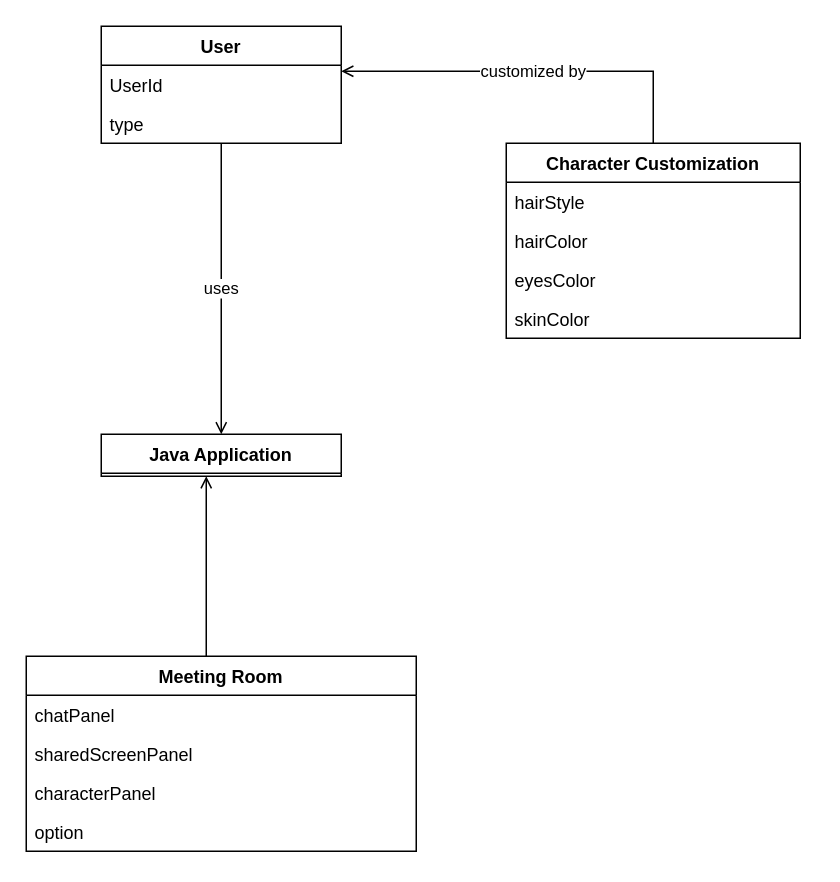
ONFFLine/Diagram keeps this draw.io diagram as Domain1.drawio. Above is the earlier version. Source tidied: cells renumbered, new cells numbered last; positions are measured from the earlier drawing's top-left corner, leaving out a move shared by most shapes. Both pictures are drawn from the tidied source at 150%, with x=0, y=0 at pixel (26, 26).
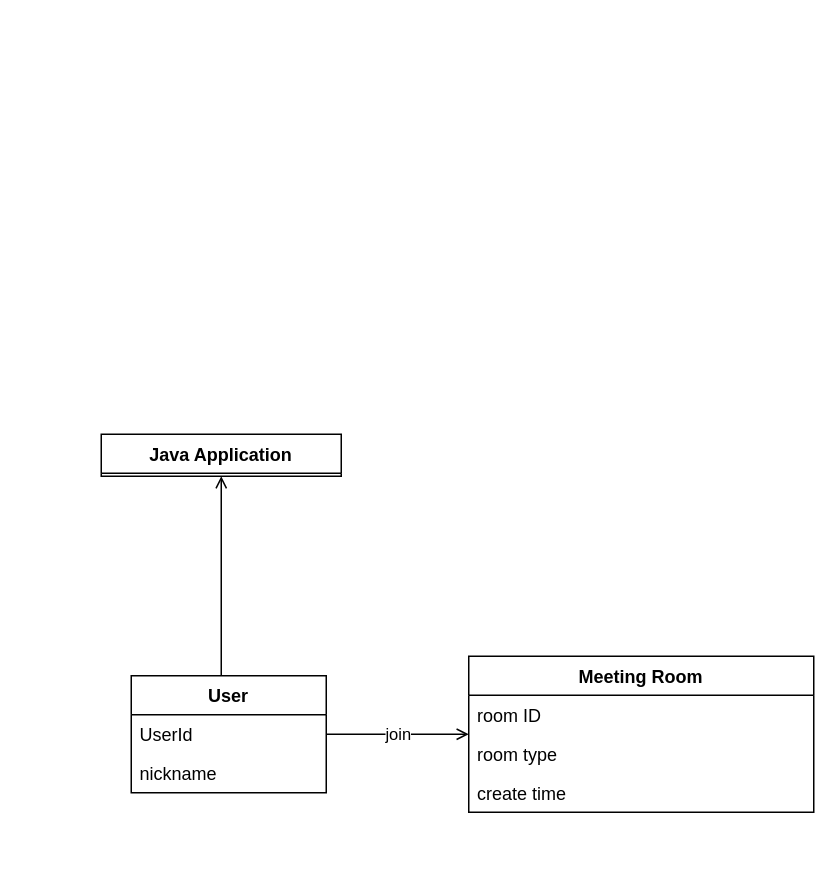
After the change.

Unchanged cells that the change refers to:
```xml
<mxCell id="14" value="Java Application" style="swimlane;fontStyle=1;align=center;verticalAlign=top;horizontal=1;startSize=26;" parent="1" vertex="1">
  <mxGeometry x="50" y="272" width="160" height="28" as="geometry" />
</mxCell>
```

The edit, as a diff of the source:
```diff
@@
-    <mxCell id="2" value="customized by" style="edgeStyle=orthogonalEdgeStyle;rounded=0;jettySize=auto;html=1;endArrow=open;endFill=0;" parent="1" edge="1" source="3" target="16">
-      <mxGeometry relative="1" as="geometry">
-        <Array as="points">
-          <mxPoint x="418" y="30" />
-        </Array>
-      </mxGeometry>
-    </mxCell>
-    <mxCell id="3" value="Character Customization" style="swimlane;fontStyle=1;align=center;verticalAlign=top;horizontal=1;startSize=26;" parent="1" vertex="1">
-      <mxGeometry x="320" y="78" width="196" height="130" as="geometry" />
-    </mxCell>
-    <mxCell id="4" value="hairStyle" style="text;strokeColor=none;fillColor=none;align=left;verticalAlign=top;spacingLeft=4;spacingRight=4;overflow=hidden;" parent="3" vertex="1">
-      <mxGeometry y="26" width="196" height="26" as="geometry" />
-    </mxCell>
-    <mxCell id="5" value="hairColor" style="text;strokeColor=none;fillColor=none;align=left;verticalAlign=top;spacingLeft=4;spacingRight=4;overflow=hidden;" parent="3" vertex="1">
-      <mxGeometry y="52" width="196" height="26" as="geometry" />
-    </mxCell>
-    <mxCell id="6" value="eyesColor" style="text;strokeColor=none;fillColor=none;align=left;verticalAlign=top;spacingLeft=4;spacingRight=4;overflow=hidden;" parent="3" vertex="1">
-      <mxGeometry y="78" width="196" height="26" as="geometry" />
-    </mxCell>
-    <mxCell id="7" value="skinColor" style="text;strokeColor=none;fillColor=none;align=left;verticalAlign=top;spacingLeft=4;spacingRight=4;overflow=hidden;" parent="3" vertex="1">
-      <mxGeometry y="104" width="196" height="26" as="geometry" />
-    </mxCell>
-    <mxCell id="8" style="edgeStyle=orthogonalEdgeStyle;rounded=0;jettySize=auto;html=1;endArrow=open;endFill=0;" parent="1" edge="1" source="9" target="14">
+    <mxCell id="8" style="edgeStyle=orthogonalEdgeStyle;rounded=0;jettySize=auto;html=1;endArrow=open;endFill=0;" parent="1" edge="1" source="16" target="14">
       <mxGeometry relative="1" as="geometry">
         <Array as="points">
-          <mxPoint x="120" y="360" />
-          <mxPoint x="120" y="360" />
+          <mxPoint x="130" y="400" />
+          <mxPoint x="130" y="400" />
         </Array>
       </mxGeometry>
     </mxCell>
     <mxCell id="9" value="Meeting Room" style="swimlane;fontStyle=1;align=center;verticalAlign=top;horizontal=1;startSize=26;" parent="1" vertex="1">
-      <mxGeometry y="420" width="260" height="130" as="geometry" />
+      <mxGeometry x="295" y="420" width="230" height="104" as="geometry" />
     </mxCell>
-    <mxCell id="10" value="chatPanel" style="text;strokeColor=none;fillColor=none;align=left;verticalAlign=top;spacingLeft=4;spacingRight=4;overflow=hidden;" parent="9" vertex="1">
-      <mxGeometry y="26" width="260" height="26" as="geometry" />
+    <mxCell id="10" value="room ID" style="text;strokeColor=none;fillColor=none;align=left;verticalAlign=top;spacingLeft=4;spacingRight=4;overflow=hidden;" parent="9" vertex="1">
+      <mxGeometry y="26" width="230" height="26" as="geometry" />
     </mxCell>
-    <mxCell id="11" value="sharedScreenPanel" style="text;strokeColor=none;fillColor=none;align=left;verticalAlign=top;spacingLeft=4;spacingRight=4;overflow=hidden;" parent="9" vertex="1">
-      <mxGeometry y="52" width="260" height="26" as="geometry" />
+    <mxCell id="11" value="room type" style="text;strokeColor=none;fillColor=none;align=left;verticalAlign=top;spacingLeft=4;spacingRight=4;overflow=hidden;" parent="9" vertex="1">
+      <mxGeometry y="52" width="230" height="26" as="geometry" />
     </mxCell>
-    <mxCell id="12" value="characterPanel" style="text;strokeColor=none;fillColor=none;align=left;verticalAlign=top;spacingLeft=4;spacingRight=4;overflow=hidden;" parent="9" vertex="1">
-      <mxGeometry y="78" width="260" height="26" as="geometry" />
+    <mxCell id="12" value="create time" style="text;strokeColor=none;fillColor=none;align=left;verticalAlign=top;spacingLeft=4;spacingRight=4;overflow=hidden;" parent="9" vertex="1">
+      <mxGeometry y="78" width="230" height="26" as="geometry" />
     </mxCell>
-    <mxCell id="13" value="option" style="text;strokeColor=none;fillColor=none;align=left;verticalAlign=top;spacingLeft=4;spacingRight=4;overflow=hidden;" parent="9" vertex="1">
-      <mxGeometry y="104" width="260" height="26" as="geometry" />
-    </mxCell>
@@
-    <mxCell id="15" value="uses" style="edgeStyle=orthogonalEdgeStyle;rounded=0;jettySize=auto;html=1;endArrow=open;endFill=0;" parent="1" edge="1" source="16" target="14">
+    <mxCell id="15" value="join" style="edgeStyle=orthogonalEdgeStyle;rounded=0;jettySize=auto;html=1;endArrow=open;endFill=0;" parent="1" edge="1" source="16" target="9">
       <mxGeometry relative="1" as="geometry">
         <Array as="points">
-          <mxPoint x="130" y="110" />
-          <mxPoint x="130" y="110" />
+          <mxPoint x="230" y="472" />
+          <mxPoint x="230" y="472" />
         </Array>
       </mxGeometry>
     </mxCell>
     <mxCell id="16" value="User" style="swimlane;fontStyle=1;align=center;verticalAlign=top;horizontal=1;startSize=26;" parent="1" vertex="1">
-      <mxGeometry x="50" width="160" height="78" as="geometry" />
+      <mxGeometry x="70" y="433" width="130" height="78" as="geometry" />
     </mxCell>
+    <mxCell id="19" value="UserId" style="text;strokeColor=none;fillColor=none;align=left;verticalAlign=top;spacingLeft=4;spacingRight=4;overflow=hidden;" parent="16" vertex="1">
+      <mxGeometry y="26" width="130" height="26" as="geometry" />
+    </mxCell>
-    <mxCell id="17" value="UserId" style="text;strokeColor=none;fillColor=none;align=left;verticalAlign=top;spacingLeft=4;spacingRight=4;overflow=hidden;" parent="16" vertex="1">
-      <mxGeometry y="26" width="160" height="26" as="geometry" />
+    <mxCell id="17" value="nickname" style="text;strokeColor=none;fillColor=none;align=left;verticalAlign=top;spacingLeft=4;spacingRight=4;overflow=hidden;" parent="16" vertex="1">
+      <mxGeometry y="52" width="130" height="26" as="geometry" />
     </mxCell>
-    <mxCell id="18" value="type" style="text;strokeColor=none;fillColor=none;align=left;verticalAlign=top;spacingLeft=4;spacingRight=4;overflow=hidden;" parent="16" vertex="1">
-      <mxGeometry y="52" width="160" height="26" as="geometry" />
-    </mxCell>
```
